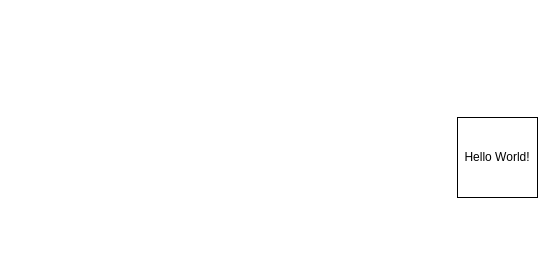
software-engineering-2023/Holms keeps this draw.io diagram as Untitled Diagram.drawio. Above is the earlier version. Source tidied: cells renumbered, new cells numbered last; positions are measured from the earlier drawing's top-left corner, leaving out a move shared by most shapes. Both pictures are drawn from the tidied source at 100%, with x=0, y=0 at pixel (457, 117).
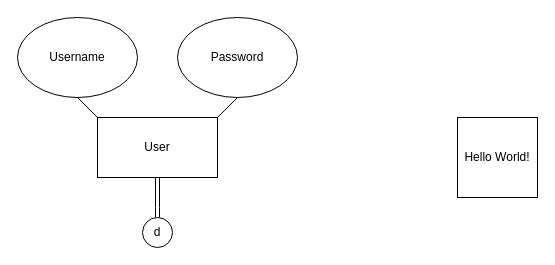
After the change.

The edit, as a diff of the source:
```diff
@@
 <mxGraphModel>
   <root>
     <mxCell id="0" />
     <mxCell id="1" parent="0" />
     <mxCell id="2" value="Hello World!" style="whiteSpace=wrap;html=1;" parent="1" vertex="1">
       <mxGeometry width="80" height="80" as="geometry" />
     </mxCell>
+    <mxCell id="3" value="User" style="rounded=0;whiteSpace=wrap;html=1;" parent="1" vertex="1">
+      <mxGeometry x="-360" width="120" height="60" as="geometry" />
+    </mxCell>
+    <mxCell id="4" value="Username" style="ellipse;whiteSpace=wrap;html=1;" parent="1" vertex="1">
+      <mxGeometry x="-440" y="-100" width="120" height="80" as="geometry" />
+    </mxCell>
+    <mxCell id="5" value="Password" style="ellipse;whiteSpace=wrap;html=1;" parent="1" vertex="1">
+      <mxGeometry x="-280" y="-100" width="120" height="80" as="geometry" />
+    </mxCell>
+    <mxCell id="6" style="shape=link;html=1;rounded=0;width=-4;exitX=0.5;exitY=1;exitDx=0;exitDy=0;" parent="1" edge="1" source="3">
+      <mxGeometry relative="1" as="geometry">
+        <mxPoint x="-300" y="100" as="targetPoint" />
+        <Array as="points">
+          <mxPoint x="-300" y="90" />
+        </Array>
+      </mxGeometry>
+    </mxCell>
+    <mxCell id="7" value="d" style="ellipse;whiteSpace=wrap;html=1;" parent="1" vertex="1">
+      <mxGeometry x="-315" y="100" width="30" height="30" as="geometry" />
+    </mxCell>
+    <mxCell id="8" style="endArrow=none;html=1;rounded=0;entryX=0.5;entryY=1;entryDx=0;entryDy=0;exitX=0;exitY=0;exitDx=0;exitDy=0;" parent="1" edge="1" source="3" target="4">
+      <mxGeometry relative="1" as="geometry" />
+    </mxCell>
+    <mxCell id="9" style="endArrow=none;html=1;rounded=0;" parent="1" edge="1">
+      <mxGeometry relative="1" as="geometry">
+        <mxPoint x="-240" as="sourcePoint" />
+        <mxPoint x="-220" y="-20" as="targetPoint" />
+      </mxGeometry>
+    </mxCell>
   </root>
 </mxGraphModel>
```
